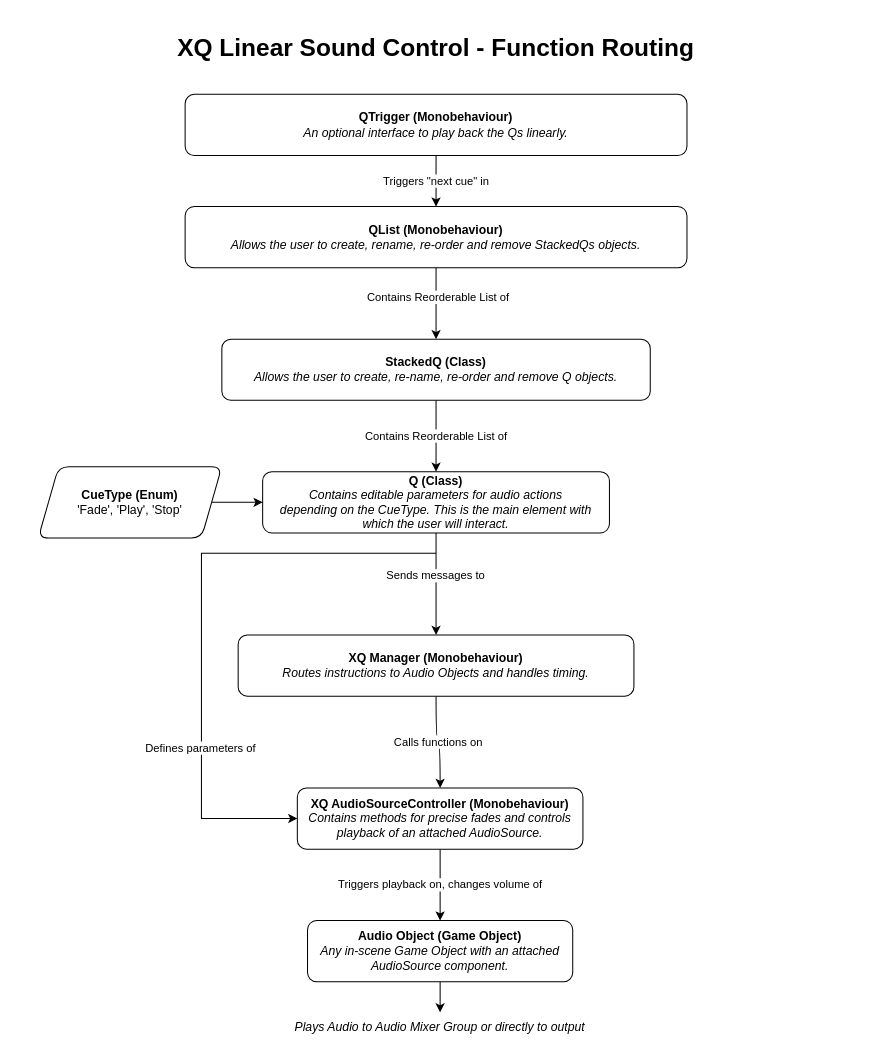
The draw.io diagram XQ-LSC Routing.drawio in xvelastin/XQ-Linear-Sound-Control-for-Unity, before the edit. Source tidied: cells renumbered, new cells numbered last; positions are measured from the earlier drawing's top-left corner, leaving out a move shared by most shapes. Both pictures are drawn from the tidied source at 102%, with x=0, y=0 at pixel (17, 33).
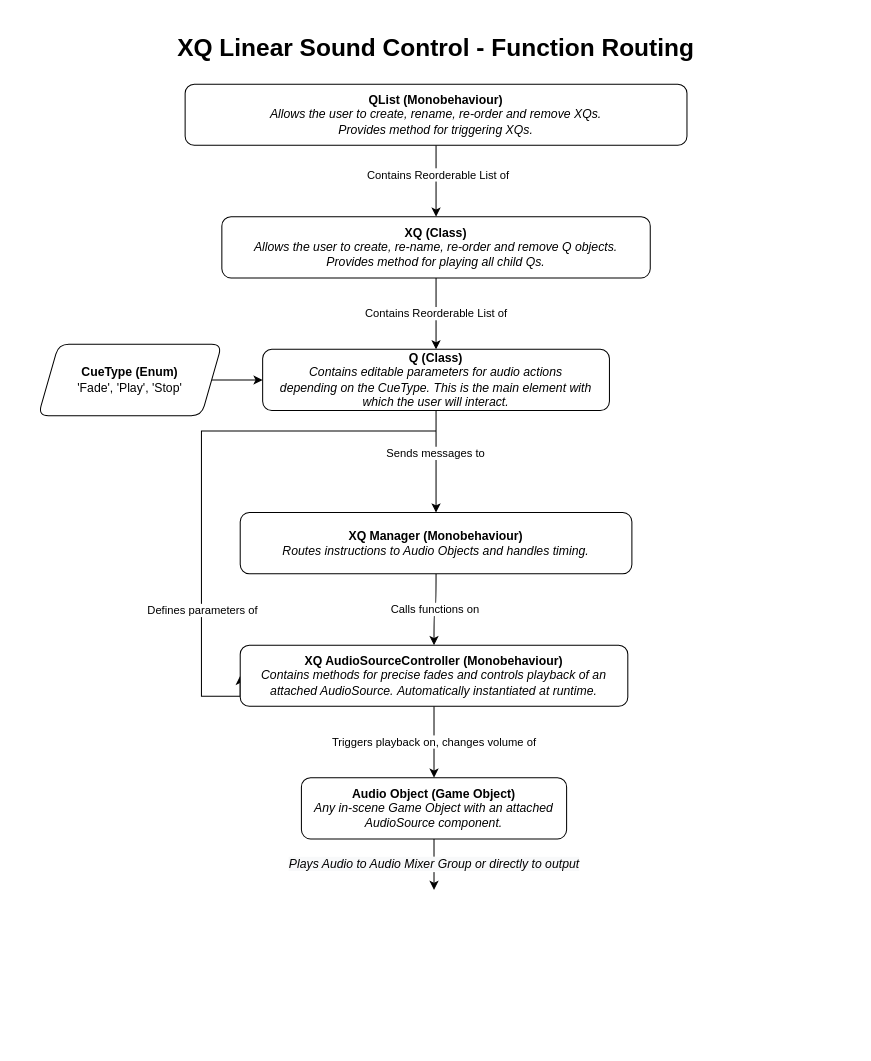
After the change.

Commit message (it also covers changes not shown here):
Update XQ-LSC Routing

Diff of the diagram source:
```diff
@@
     <mxCell id="3" value="&lt;b&gt;XQ Manager&lt;/b&gt;&lt;b&gt;&amp;nbsp;(Monobehaviour)&lt;/b&gt;&lt;b&gt;&lt;br&gt;&lt;/b&gt;&lt;i&gt;Routes instructions to Audio Objects and handles timing.&lt;/i&gt;" style="whiteSpace=wrap;html=1;rounded=1;" parent="1" vertex="1">
-      <mxGeometry x="216" y="590" width="388" height="60" as="geometry" />
+      <mxGeometry x="218" y="470" width="384" height="60" as="geometry" />
     </mxCell>
@@
-    <mxCell id="6" value="&lt;b&gt;QList&lt;/b&gt;&lt;b&gt;&amp;nbsp;(Monobehaviour)&lt;/b&gt;&lt;br&gt;&lt;i&gt;Allows the user to create, rename, re-order and remove StackedQs objects.&lt;/i&gt;" style="whiteSpace=wrap;html=1;rounded=1;" parent="1" vertex="1">
-      <mxGeometry x="164" y="170" width="492" height="60" as="geometry" />
+    <mxCell id="6" value="&lt;b&gt;QList&lt;/b&gt;&lt;b&gt;&amp;nbsp;(Monobehaviour)&lt;/b&gt;&lt;br&gt;&lt;i&gt;Allows the user to create, rename, re-order and remove XQs. &lt;br&gt;Provides method for triggering XQs.&lt;/i&gt;" style="whiteSpace=wrap;html=1;rounded=1;" parent="1" vertex="1">
+      <mxGeometry x="164" y="50" width="492" height="60" as="geometry" />
     </mxCell>
@@
-    <mxCell id="8" value="&lt;b&gt;StackedQ (Class)&lt;/b&gt;&lt;br&gt;&lt;i&gt;Allows the user to create, re-name, re-order and remove Q objects.&lt;/i&gt;" style="whiteSpace=wrap;html=1;rounded=1;" parent="1" vertex="1">
-      <mxGeometry x="200" y="300" width="420" height="60" as="geometry" />
+    <mxCell id="8" value="&lt;b&gt;XQ (Class)&lt;/b&gt;&lt;br&gt;&lt;i&gt;Allows the user to create, re-name, re-order and remove Q objects.&lt;br&gt;Provides method for playing all child Qs.&lt;br&gt;&lt;/i&gt;" style="whiteSpace=wrap;html=1;rounded=1;" parent="1" vertex="1">
+      <mxGeometry x="200" y="180" width="420" height="60" as="geometry" />
     </mxCell>
@@
     <mxCell id="11" style="edgeStyle=orthogonalEdgeStyle;rounded=0;jettySize=auto;html=1;entryX=0;entryY=0.5;entryDx=0;entryDy=0;strokeColor=default;" parent="1" edge="1" target="19">
       <mxGeometry relative="1" as="geometry">
-        <mxPoint x="410" y="510" as="sourcePoint" />
+        <mxPoint x="410" y="390" as="sourcePoint" />
         <Array as="points">
-          <mxPoint x="180" y="510" />
-          <mxPoint x="180" y="770" />
+          <mxPoint x="180" y="390" />
+          <mxPoint x="180" y="650" />
         </Array>
       </mxGeometry>
     </mxCell>
     <mxCell id="12" value="Defines parameters of" style="edgeLabel;html=1;align=center;verticalAlign=middle;rotation=0;" parent="11" vertex="1">
       <mxGeometry x="0.39" y="-2" relative="1" as="geometry">
-        <mxPoint y="14" as="offset" />
+        <mxPoint x="2" y="24" as="offset" />
       </mxGeometry>
     </mxCell>
     <mxCell id="13" value="&lt;b&gt;Q (Class)&lt;br&gt;&lt;/b&gt;&lt;i&gt;Contains editable parameters for audio actions &lt;br&gt;depending on the CueType. This is the main element with which the user will interact.&lt;/i&gt;" style="whiteSpace=wrap;html=1;rounded=1;" parent="1" vertex="1">
-      <mxGeometry x="240" y="430" width="340" height="60" as="geometry" />
+      <mxGeometry x="240" y="310" width="340" height="60" as="geometry" />
     </mxCell>
@@
     <mxCell id="15" value="&lt;b&gt;CueType (Enum)&lt;/b&gt;&lt;br&gt;'Fade', 'Play', 'Stop'" style="shape=parallelogram;perimeter=parallelogramPerimeter;whiteSpace=wrap;html=1;fixedSize=1;rounded=1;" parent="1" vertex="1">
-      <mxGeometry x="20" y="425" width="180" height="70" as="geometry" />
+      <mxGeometry x="20" y="305" width="180" height="70" as="geometry" />
     </mxCell>
-    <mxCell id="16" style="edgeStyle=orthogonalEdgeStyle;rounded=0;jettySize=auto;html=1;strokeColor=default;entryX=0.5;entryY=0;entryDx=0;entryDy=0;" parent="1" edge="1" source="17" target="23">
-      <mxGeometry relative="1" as="geometry" />
+    <mxCell id="16" value="&lt;i style=&quot;font-size: 12px ; background-color: rgb(248 , 249 , 250)&quot;&gt;Plays Audio to Audio Mixer Group or directly to output&lt;br&gt;&lt;/i&gt;" style="edgeStyle=orthogonalEdgeStyle;rounded=0;jettySize=auto;html=1;strokeColor=default;" parent="1" edge="1" source="17">
+      <mxGeometry relative="1" as="geometry">
+        <mxPoint x="408" y="840" as="targetPoint" />
+      </mxGeometry>
     </mxCell>
     <mxCell id="17" value="&lt;b&gt;Audio Object (Game Object)&lt;br&gt;&lt;/b&gt;&lt;i&gt;Any in-scene Game Object with an attached AudioSource component.&lt;/i&gt;" style="whiteSpace=wrap;html=1;rounded=1;" parent="1" vertex="1">
-      <mxGeometry x="284" y="870" width="260" height="60" as="geometry" />
+      <mxGeometry x="278" y="730" width="260" height="60" as="geometry" />
     </mxCell>
@@
-    <mxCell id="19" value="&lt;b&gt;XQ AudioSourceController&lt;/b&gt;&lt;b&gt;&amp;nbsp;(Monobehaviour)&lt;/b&gt;&lt;b&gt;&lt;br&gt;&lt;/b&gt;&lt;i&gt;Contains methods for precise fades and controls playback of an attached AudioSource.&lt;/i&gt;" style="whiteSpace=wrap;html=1;rounded=1;" parent="1" vertex="1">
-      <mxGeometry x="274" y="740" width="280" height="60" as="geometry" />
+    <mxCell id="19" value="&lt;b&gt;XQ AudioSourceController&lt;/b&gt;&lt;b&gt;&amp;nbsp;(Monobehaviour)&lt;/b&gt;&lt;b&gt;&lt;br&gt;&lt;/b&gt;&lt;i&gt;Contains methods for precise fades and controls playback of an attached AudioSource.&amp;nbsp;&lt;/i&gt;&lt;i&gt;Automatically instantiated at runtime.&lt;/i&gt;" style="whiteSpace=wrap;html=1;rounded=1;" parent="1" vertex="1">
+      <mxGeometry x="218" y="600" width="380" height="60" as="geometry" />
     </mxCell>
@@
-    <mxCell id="21" value="Triggers &quot;next cue&quot; in" style="edgeStyle=orthogonalEdgeStyle;rounded=0;jettySize=auto;html=1;strokeColor=default;" parent="1" edge="1" source="22" target="6">
-      <mxGeometry relative="1" as="geometry" />
-    </mxCell>
-    <mxCell id="22" value="&lt;b&gt;QTrigger (Monobehaviour)&lt;/b&gt;&lt;br&gt;&lt;i&gt;An optional interface to play back the Qs linearly.&lt;/i&gt;" style="whiteSpace=wrap;html=1;rounded=1;" parent="1" vertex="1">
-      <mxGeometry x="164" y="60" width="492" height="60" as="geometry" />
-    </mxCell>
-    <mxCell id="23" value="&lt;i&gt;Plays Audio to Audio Mixer Group or directly to output&lt;/i&gt;" style="text;html=1;strokeColor=none;fillColor=none;align=center;verticalAlign=middle;whiteSpace=wrap;rounded=0;" parent="1" vertex="1">
-      <mxGeometry x="188" y="960" width="452" height="30" as="geometry" />
-    </mxCell>
```
